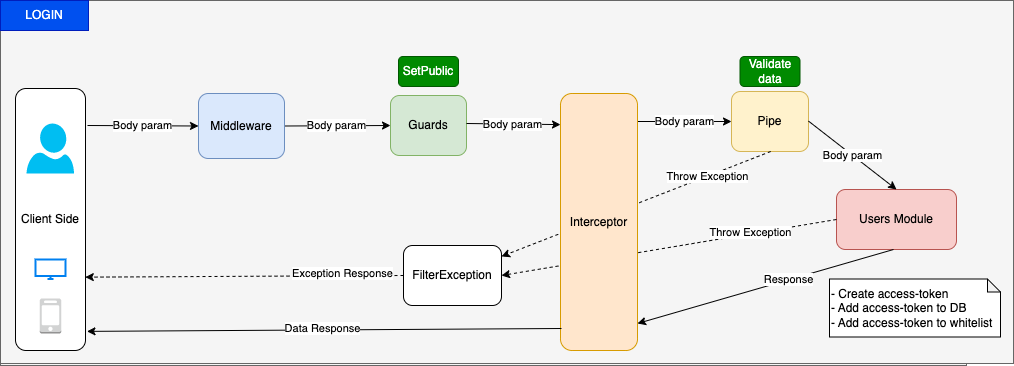
Earlier version of the draw.io export LoginFunction.drawio.png (vnbrew/quynd-car-rent-nestjs). Source tidied: cells renumbered, new cells last; positions are measured from the earlier drawing's top-left corner, leaving out a move shared by most shapes.
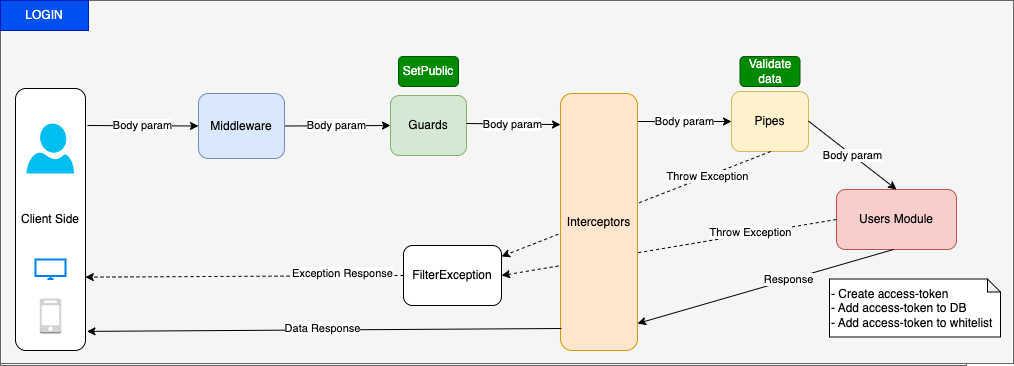
Above is the later version.

What changed in the source:
```diff
@@ -124,7 +124,7 @@
         <mxPoint x="466" y="124" as="sourcePoint" />
       </mxGeometry>
     </mxCell>
-    <mxCell id="34" value="Pipe" style="rounded=1;whiteSpace=wrap;html=1;fillColor=#fff2cc;strokeColor=#d6b656;" parent="1" vertex="1">
+    <mxCell id="34" value="Pipes" style="rounded=1;whiteSpace=wrap;html=1;fillColor=#fff2cc;strokeColor=#d6b656;" parent="1" vertex="1">
       <mxGeometry x="731" y="92" width="77" height="60" as="geometry" />
     </mxCell>
     <mxCell id="35" value="Body param" style="endArrow=classic;html=1;rounded=0;exitX=1;exitY=0.5;exitDx=0;exitDy=0;entryX=0;entryY=0.5;entryDx=0;entryDy=0;" parent="1" edge="1" target="34">
@@ -182,7 +182,7 @@
     <mxCell id="49" value="- Create access-token&lt;br&gt;- Add access-token to DB&lt;br&gt;- Add access-token to whitelist" style="shape=note;whiteSpace=wrap;html=1;backgroundOutline=1;darkOpacity=0.05;align=left;size=13;" parent="1" vertex="1">
       <mxGeometry x="829" y="279.5" width="171" height="58" as="geometry" />
     </mxCell>
-    <mxCell id="50" value="Interceptor" style="rounded=1;whiteSpace=wrap;html=1;fillColor=#ffe6cc;strokeColor=#d79b00;" parent="1" vertex="1">
+    <mxCell id="50" value="Interceptors" style="rounded=1;whiteSpace=wrap;html=1;fillColor=#ffe6cc;strokeColor=#d79b00;" parent="1" vertex="1">
       <mxGeometry x="560" y="94" width="77" height="257" as="geometry" />
     </mxCell>
     <mxCell id="51" value="Data Response" style="endArrow=classic;html=1;rounded=0;entryX=1.021;entryY=0.927;entryDx=0;entryDy=0;entryPerimeter=0;" parent="1" edge="1" target="29">
```
